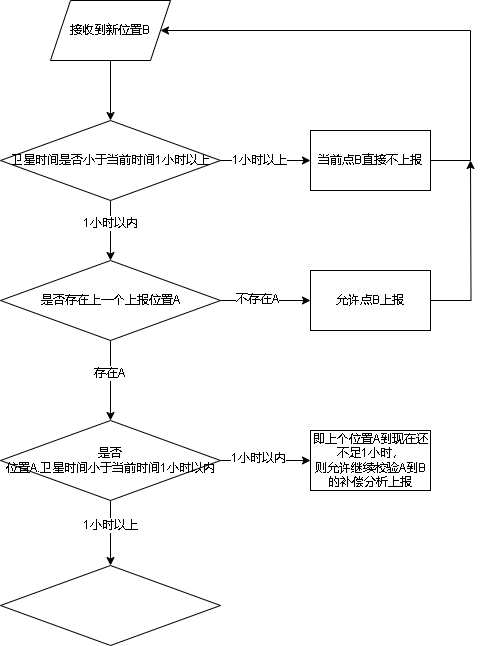
Earlier version of the draw.io export 809轨迹时间异常.drawio.png (xktder/draw). Source tidied: cells renumbered, new cells last; positions are measured from the earlier drawing's top-left corner, leaving out a move shared by most shapes.
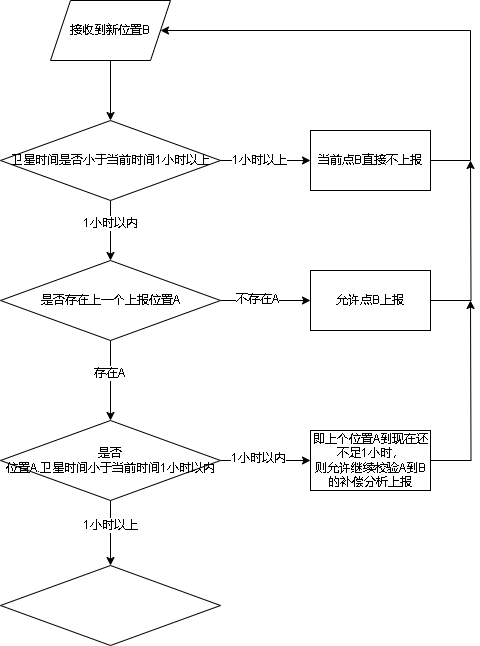
The same file after the commit.

Commit message:
更新809轨迹时间异常.drawio.png

Diff of the diagram source:
```diff
@@ -72,6 +72,11 @@
     <mxCell id="22" value="是否&lt;br&gt;位置A.卫星时间小于当前时间1小时以内" style="rhombus;whiteSpace=wrap;html=1;" parent="1" vertex="1">
       <mxGeometry y="420" width="220" height="80" as="geometry" />
     </mxCell>
+    <mxCell id="25" style="edgeStyle=orthogonalEdgeStyle;rounded=0;jettySize=auto;html=1;" parent="1" edge="1" source="23">
+      <mxGeometry relative="1" as="geometry">
+        <mxPoint x="470" y="300" as="targetPoint" />
+      </mxGeometry>
+    </mxCell>
     <mxCell id="23" value="即上个位置A到现在还不足1小时，&lt;br&gt;则允许继续校验A到B的补偿分析上报" style="whiteSpace=wrap;html=1;" parent="1" vertex="1">
       <mxGeometry x="310" y="430" width="120" height="60" as="geometry" />
     </mxCell>
```
